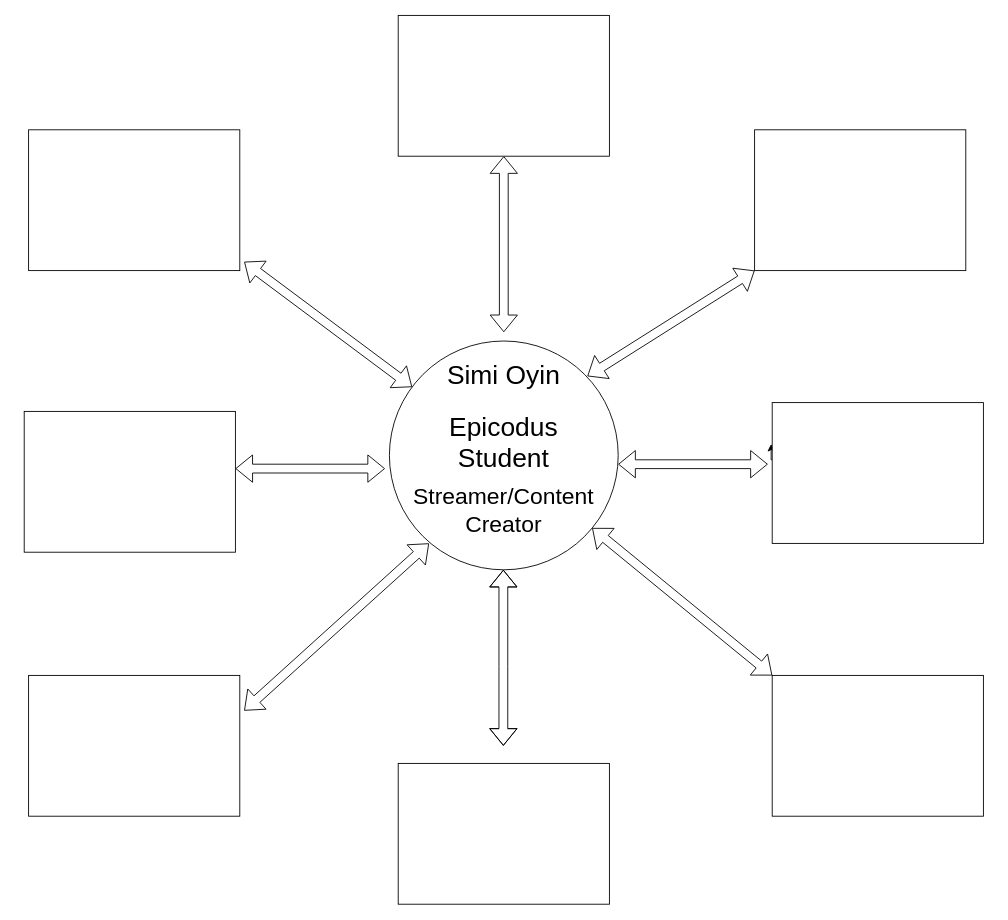
Above: Untitled Diagram.drawio in simioyin222/CapstoneProjectIdeaBoard (draw.io), before the change. Source tidied: cells renumbered, new cells numbered last; positions are measured from the earlier drawing's top-left corner, leaving out a move shared by most shapes. Both pictures are drawn from the tidied source at 88%, with x=0, y=0 at pixel (24, 15).
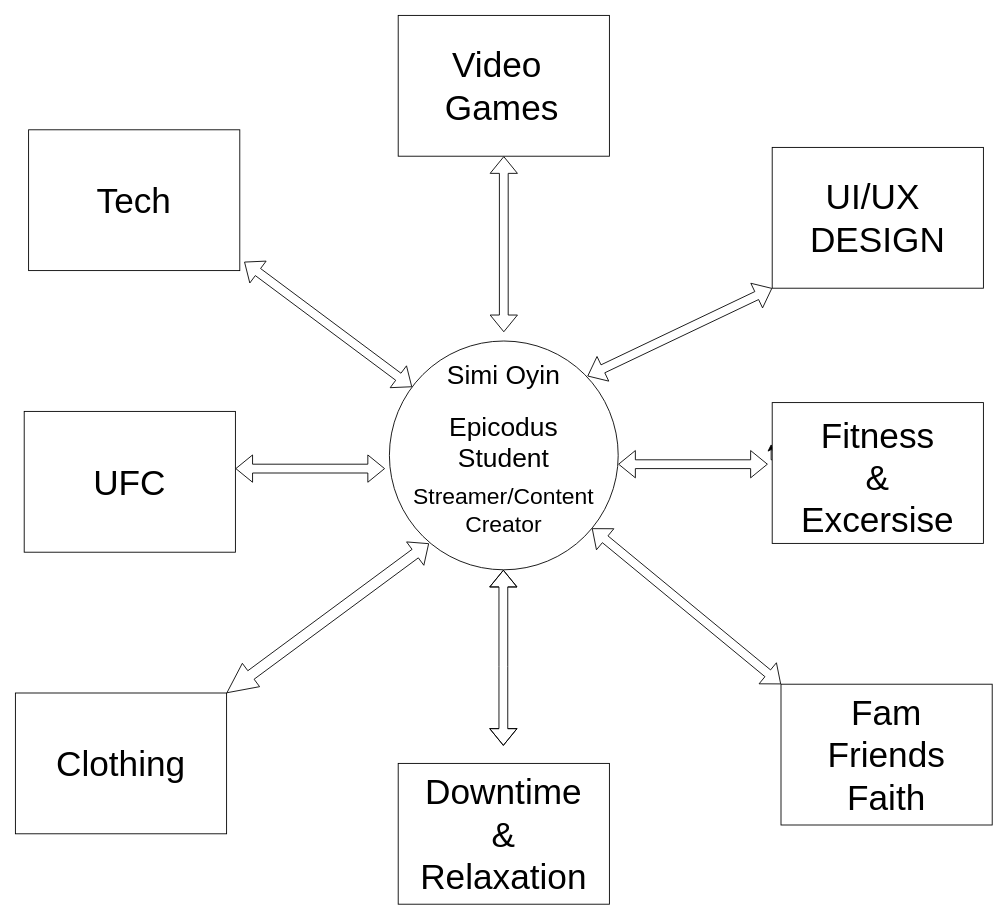
Above is the later version.

Commit message:
put all main headings now

Change to the diagram source:
```diff
@@
     <mxCell id="6" style="rounded=0;whiteSpace=wrap;html=1;" parent="1" vertex="1">
-      <mxGeometry x="830" y="130" width="240" height="160" as="geometry" />
+      <mxGeometry x="850" y="150" width="240" height="160" as="geometry" />
     </mxCell>
@@
     <mxCell id="18" style="rounded=0;whiteSpace=wrap;html=1;" parent="1" vertex="1">
-      <mxGeometry x="850" y="750" width="240" height="160" as="geometry" />
+      <mxGeometry x="860" y="760" width="240" height="160" as="geometry" />
     </mxCell>
@@
     <mxCell id="20" style="rounded=0;whiteSpace=wrap;html=1;" parent="1" vertex="1">
-      <mxGeometry x="5" y="750" width="240" height="160" as="geometry" />
+      <mxGeometry x="-10" y="770" width="240" height="160" as="geometry" />
     </mxCell>
@@
-    <mxCell id="22" style="shape=flexArrow;endArrow=classic;startArrow=classic;html=1;rounded=0;" parent="1" edge="1">
+    <mxCell id="22" style="shape=flexArrow;endArrow=classic;startArrow=classic;html=1;rounded=0;width=12;startSize=10.98;exitX=1;exitY=0;exitDx=0;exitDy=0;" parent="1" edge="1" source="20">
       <mxGeometry relative="1" as="geometry">
-        <mxPoint x="250" y="790" as="sourcePoint" />
         <mxPoint x="460" y="600" as="targetPoint" />
       </mxGeometry>
     </mxCell>
+    <mxCell id="23" value="Video&amp;nbsp;&lt;br&gt;Games" style="text;html=1;strokeColor=none;fillColor=none;align=center;verticalAlign=middle;whiteSpace=wrap;rounded=0;fontSize=40;" parent="1" vertex="1">
+      <mxGeometry x="513" y="65" width="60" height="30" as="geometry" />
+    </mxCell>
+    <mxCell id="24" value="UI/UX&amp;nbsp;&lt;br&gt;DESIGN" style="text;html=1;strokeColor=none;fillColor=none;align=center;verticalAlign=middle;whiteSpace=wrap;rounded=0;fontSize=40;" parent="1" vertex="1">
+      <mxGeometry x="940" y="215" width="60" height="30" as="geometry" />
+    </mxCell>
+    <mxCell id="25" value="Tech" style="text;html=1;strokeColor=none;fillColor=none;align=center;verticalAlign=middle;whiteSpace=wrap;rounded=0;fontSize=40;" parent="1" vertex="1">
+      <mxGeometry x="95" y="195" width="60" height="30" as="geometry" />
+    </mxCell>
+    <mxCell id="26" value="UFC" style="text;html=1;strokeColor=none;fillColor=none;align=center;verticalAlign=middle;whiteSpace=wrap;rounded=0;fontSize=40;" parent="1" vertex="1">
+      <mxGeometry x="90" y="515" width="60" height="30" as="geometry" />
+    </mxCell>
+    <mxCell id="27" value="&lt;span style=&quot;font-size: 40px;&quot;&gt;Fitness&lt;br&gt;&amp;amp;&lt;br&gt;Excersise&lt;br&gt;&lt;/span&gt;" style="text;html=1;strokeColor=none;fillColor=none;align=center;verticalAlign=middle;whiteSpace=wrap;rounded=0;" parent="1" vertex="1">
+      <mxGeometry x="940" y="510" width="60" height="30" as="geometry" />
+    </mxCell>
+    <mxCell id="28" value="Clothing" style="text;html=1;strokeColor=none;fillColor=none;align=center;verticalAlign=middle;whiteSpace=wrap;rounded=0;fontSize=40;" parent="1" vertex="1">
+      <mxGeometry x="80" y="835" width="60" height="30" as="geometry" />
+    </mxCell>
+    <mxCell id="29" value="Downtime&lt;br&gt;&amp;amp;&lt;br&gt;Relaxation" style="text;html=1;strokeColor=none;fillColor=none;align=center;verticalAlign=middle;whiteSpace=wrap;rounded=0;fontSize=40;" parent="1" vertex="1">
+      <mxGeometry x="515" y="915" width="60" height="30" as="geometry" />
+    </mxCell>
+    <mxCell id="30" value="&lt;font style=&quot;font-size: 40px;&quot;&gt;Fam&lt;br&gt;Friends&lt;br&gt;Faith&lt;br&gt;&lt;/font&gt;" style="text;html=1;strokeColor=none;fillColor=none;align=center;verticalAlign=middle;whiteSpace=wrap;rounded=0;" parent="1" vertex="1">
+      <mxGeometry x="950" y="825" width="60" height="30" as="geometry" />
+    </mxCell>
```
